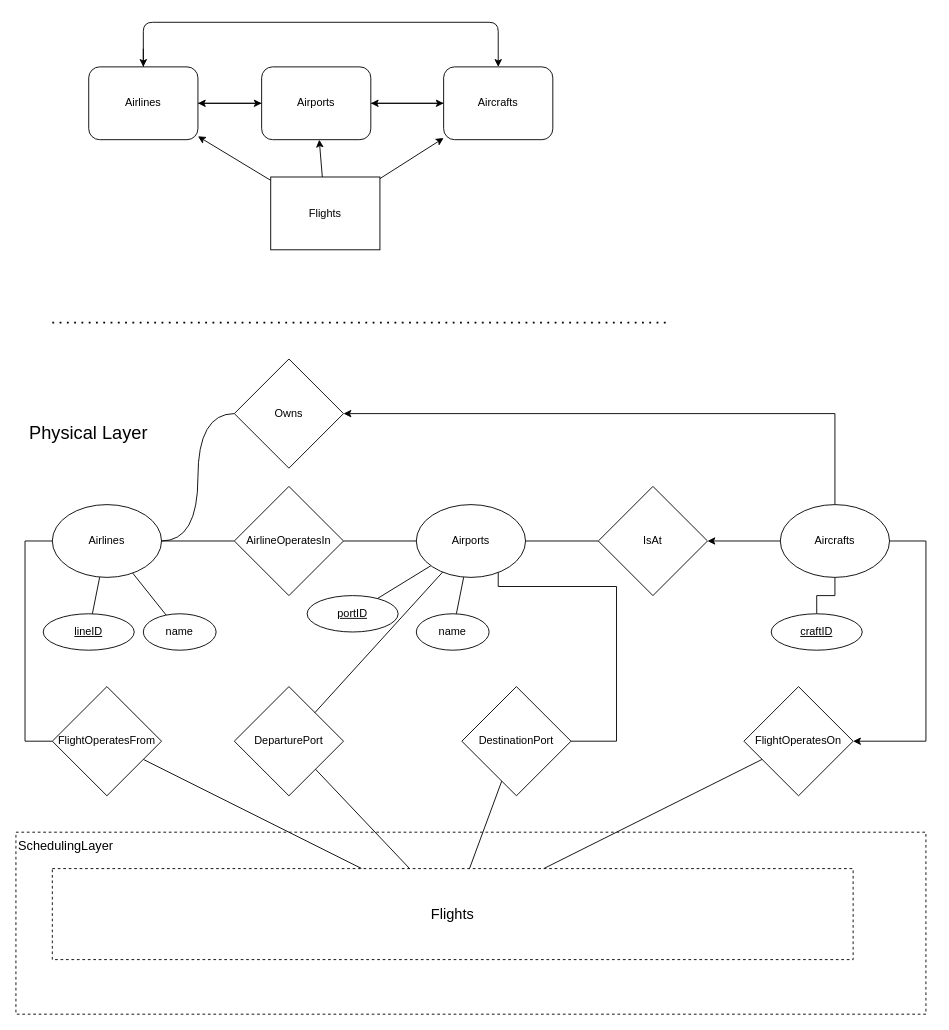
kyle4036/DatabaseManagement2026Project1 keeps this draw.io diagram as page "PhysicalLayer" (3 of 7) of ERDiagram.drawio. Above is the earlier version. Source tidied: cells renumbered, new cells numbered last; positions are measured from the earlier drawing's top-left corner, leaving out a move shared by most shapes. Both pictures are drawn from the tidied source at 91%, with x=0, y=0 at pixel (15, 22).
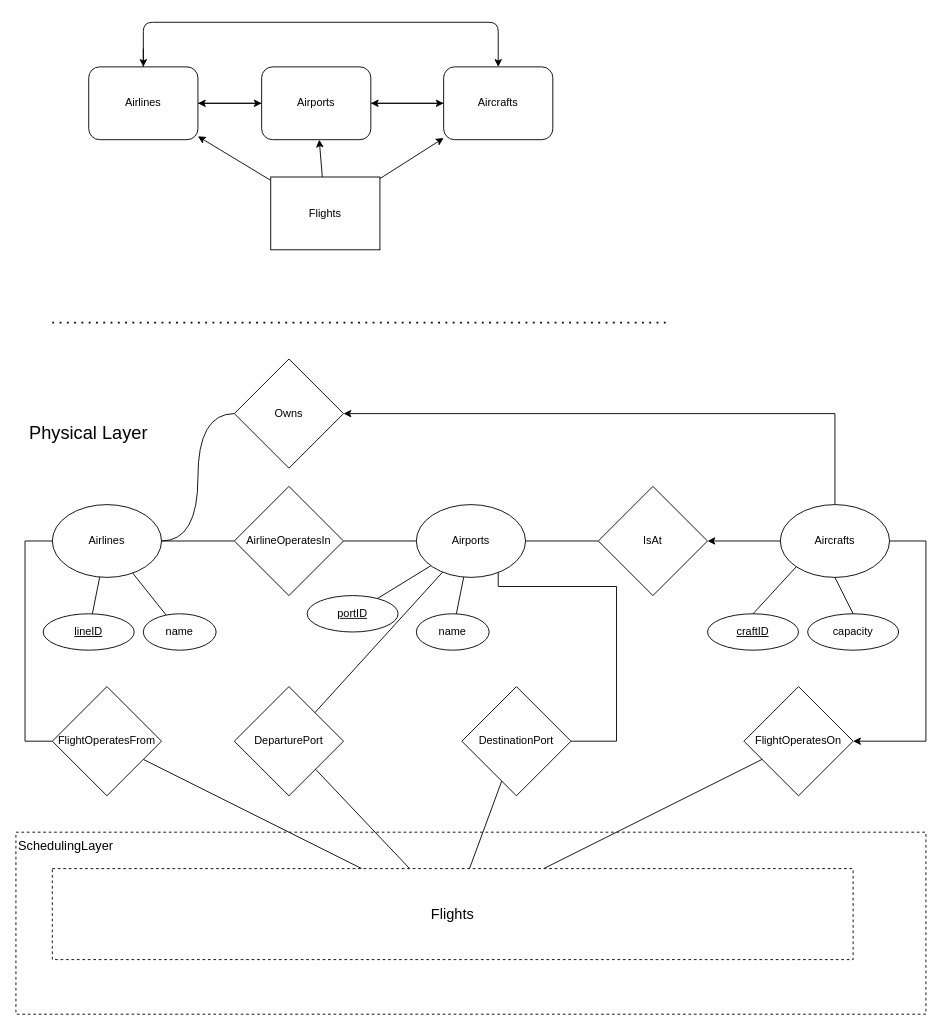
The same page after the edit.

Unchanged cells that the change refers to:
```xml
<mxCell id="26" value="Aircrafts" style="ellipse;whiteSpace=wrap;html=1;" parent="1" vertex="1">
  <mxGeometry x="840" y="530" width="120" height="80" as="geometry" />
</mxCell>
```

Diff of the diagram source:
```diff
@@
-    <mxCell id="22" style="edgeStyle=orthogonalEdgeStyle;rounded=0;jettySize=auto;html=1;endArrow=none;endFill=0;" parent="1" edge="1" source="26" target="53">
-      <mxGeometry relative="1" as="geometry" />
-    </mxCell>
@@
     <mxCell id="53" value="craftID" style="ellipse;whiteSpace=wrap;html=1;align=center;fontStyle=4;" parent="1" vertex="1">
-      <mxGeometry x="830" y="650" width="100" height="40" as="geometry" />
+      <mxGeometry x="760" y="650" width="100" height="40" as="geometry" />
     </mxCell>
+    <mxCell id="54" value="&lt;div&gt;capacity&lt;/div&gt;" style="ellipse;whiteSpace=wrap;html=1;align=center;fontStyle=0;" parent="1" vertex="1">
+      <mxGeometry x="870" y="650" width="100" height="40" as="geometry" />
+    </mxCell>
+    <mxCell id="55" style="rounded=0;jettySize=auto;html=1;endArrow=none;endFill=0;entryX=0.5;entryY=1;entryDx=0;entryDy=0;exitX=0.5;exitY=0;exitDx=0;exitDy=0;" parent="1" edge="1" source="54" target="26">
+      <mxGeometry relative="1" as="geometry" />
+    </mxCell>
+    <mxCell id="56" style="rounded=0;jettySize=auto;html=1;endArrow=none;endFill=0;entryX=0;entryY=1;entryDx=0;entryDy=0;exitX=0.5;exitY=0;exitDx=0;exitDy=0;" parent="1" edge="1" source="53" target="26">
+      <mxGeometry relative="1" as="geometry" />
+    </mxCell>
```
